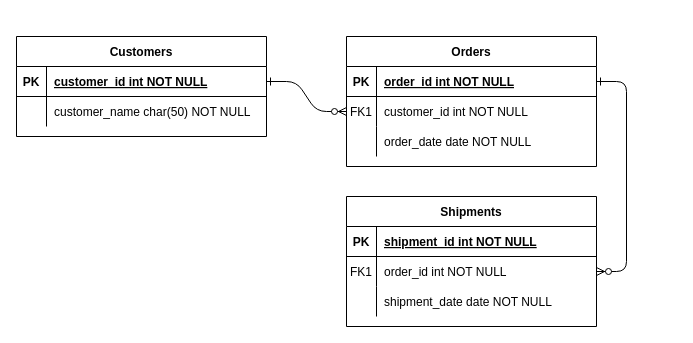
Above: Untitled Diagram.drawio in nurezzajeslin/Week2ClassDiagram (draw.io), before the change. Source tidied: cells renumbered, new cells numbered last; positions are measured from the earlier drawing's top-left corner, leaving out a move shared by most shapes. Both pictures are drawn from the tidied source at 100%, with x=0, y=0 at pixel (16, 36).
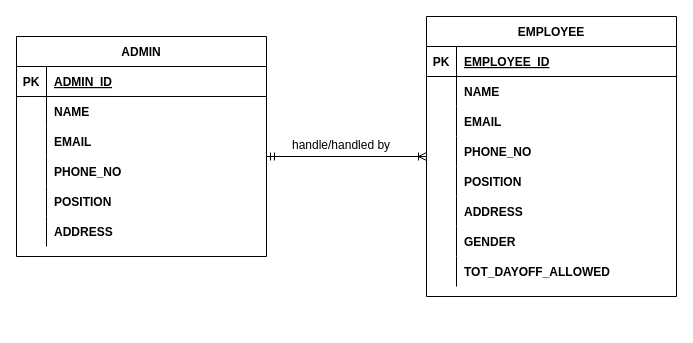
Above is the later version.

Commit message:
halalhub_employee

Unchanged cells that the change refers to:
```xml
<mxCell id="5" style="shape=partialRectangle;fillColor=none;points=[[0,0.5],[1,0.5]];portConstraint=eastwest;top=0;left=0;right=0;bottom=1;" parent="4" vertex="1">
  <mxGeometry y="30" width="250" height="30" as="geometry" />
</mxCell>
<mxCell id="8" style="shape=partialRectangle;fillColor=none;points=[[0,0.5],[1,0.5]];portConstraint=eastwest;top=0;left=0;right=0;bottom=0;" parent="4" vertex="1">
  <mxGeometry y="60" width="250" height="30" as="geometry" />
</mxCell>
<mxCell id="11" style="shape=partialRectangle;fillColor=none;top=0;left=0;right=0;bottom=0;" parent="4" vertex="1">
  <mxGeometry y="90" width="250" height="30" as="geometry" />
</mxCell>
<mxCell id="25" style="shape=partialRectangle;fillColor=none;points=[[0,0.5],[1,0.5]];portConstraint=eastwest;top=0;left=0;right=0;bottom=1;" parent="24" vertex="1">
  <mxGeometry y="30" width="250" height="30" as="geometry" />
</mxCell>
```

Change to the diagram source:
```diff
@@
-    <mxCell id="2" style="edgeStyle=entityRelationEdgeStyle;endArrow=ERzeroToMany;startArrow=ERone;endFill=1;startFill=0;" parent="1" edge="1" source="25" target="8">
-      <mxGeometry relative="1" as="geometry" />
-    </mxCell>
-    <mxCell id="3" style="edgeStyle=entityRelationEdgeStyle;endArrow=ERzeroToMany;startArrow=ERone;endFill=1;startFill=0;" parent="1" edge="1" source="5" target="18">
-      <mxGeometry relative="1" as="geometry" />
-    </mxCell>
-    <mxCell id="4" value="Orders" style="shape=table;startSize=30;childLayout=tableLayout;rowLines=0;fontStyle=1;align=center;" parent="1" vertex="1">
-      <mxGeometry x="330" width="250" height="130" as="geometry" />
+    <mxCell id="4" value="EMPLOYEE" style="shape=table;startSize=30;childLayout=tableLayout;rowLines=0;fontStyle=1;align=center;" parent="1" vertex="1">
+      <mxGeometry x="410" y="-20" width="250" height="280" as="geometry" />
     </mxCell>
@@
-    <mxCell id="7" value="order_id int NOT NULL " style="shape=partialRectangle;overflow=hidden;fillColor=none;top=0;left=0;bottom=0;right=0;align=left;spacingLeft=6;fontStyle=5;" parent="5" vertex="1">
+    <mxCell id="7" value="EMPLOYEE_ID" style="shape=partialRectangle;overflow=hidden;fillColor=none;top=0;left=0;bottom=0;right=0;align=left;spacingLeft=6;fontStyle=5;" parent="5" vertex="1">
       <mxGeometry x="30" width="220" height="30" as="geometry" />
     </mxCell>
@@
-    <mxCell id="9" value="FK1" style="shape=partialRectangle;overflow=hidden;fillColor=none;top=0;left=0;bottom=0;right=0;" parent="8" vertex="1">
+    <mxCell id="9" style="shape=partialRectangle;overflow=hidden;fillColor=none;top=0;left=0;bottom=0;right=0;" parent="8" vertex="1">
       <mxGeometry width="30" height="30" as="geometry" />
     </mxCell>
-    <mxCell id="10" value="customer_id int NOT NULL" style="shape=partialRectangle;overflow=hidden;fillColor=none;top=0;left=0;bottom=0;right=0;align=left;spacingLeft=6;" parent="8" vertex="1">
+    <mxCell id="10" value="NAME" style="shape=partialRectangle;overflow=hidden;fillColor=none;top=0;left=0;bottom=0;right=0;align=left;spacingLeft=6;fontStyle=1;" parent="8" vertex="1">
       <mxGeometry x="30" width="220" height="30" as="geometry" />
     </mxCell>
@@
-    <mxCell id="13" value="order_date date NOT NULL" style="shape=partialRectangle;overflow=hidden;fillColor=none;top=0;left=0;bottom=0;right=0;align=left;spacingLeft=6;" parent="11" vertex="1">
+    <mxCell id="13" value="EMAIL" style="shape=partialRectangle;overflow=hidden;fillColor=none;top=0;left=0;bottom=0;right=0;align=left;spacingLeft=6;fontStyle=1;" parent="11" vertex="1">
       <mxGeometry x="30" width="220" height="30" as="geometry" />
     </mxCell>
-    <mxCell id="14" value="Shipments" style="shape=table;startSize=30;childLayout=tableLayout;rowLines=0;fontStyle=1;align=center;" parent="1" vertex="1">
-      <mxGeometry x="330" y="160" width="250" height="130" as="geometry" />
-    </mxCell>
-    <mxCell id="15" style="shape=partialRectangle;fillColor=none;top=0;left=0;right=0;bottom=1;" parent="14" vertex="1">
-      <mxGeometry y="30" width="250" height="30" as="geometry" />
-    </mxCell>
-    <mxCell id="16" value="PK" style="shape=partialRectangle;overflow=hidden;fillColor=none;top=0;left=0;bottom=0;right=0;fontStyle=1;" parent="15" vertex="1">
-      <mxGeometry width="30" height="30" as="geometry" />
-    </mxCell>
-    <mxCell id="17" value="shipment_id int NOT NULL " style="shape=partialRectangle;overflow=hidden;fillColor=none;top=0;left=0;bottom=0;right=0;align=left;spacingLeft=6;fontStyle=5;" parent="15" vertex="1">
-      <mxGeometry x="30" width="220" height="30" as="geometry" />
-    </mxCell>
-    <mxCell id="18" style="shape=partialRectangle;fillColor=none;points=[[0,0.5],[1,0.5]];portConstraint=eastwest;top=0;left=0;right=0;bottom=0;" parent="14" vertex="1">
-      <mxGeometry y="60" width="250" height="30" as="geometry" />
-    </mxCell>
-    <mxCell id="19" value="FK1" style="shape=partialRectangle;overflow=hidden;fillColor=none;top=0;left=0;bottom=0;right=0;" parent="18" vertex="1">
-      <mxGeometry width="30" height="30" as="geometry" />
-    </mxCell>
-    <mxCell id="20" value="order_id int NOT NULL" style="shape=partialRectangle;overflow=hidden;fillColor=none;top=0;left=0;bottom=0;right=0;align=left;spacingLeft=6;" parent="18" vertex="1">
-      <mxGeometry x="30" width="220" height="30" as="geometry" />
-    </mxCell>
-    <mxCell id="21" style="shape=partialRectangle;fillColor=none;top=0;left=0;right=0;bottom=0;" parent="14" vertex="1">
-      <mxGeometry y="90" width="250" height="30" as="geometry" />
-    </mxCell>
-    <mxCell id="22" style="shape=partialRectangle;overflow=hidden;fillColor=none;top=0;left=0;bottom=0;right=0;" parent="21" vertex="1">
-      <mxGeometry width="30" height="30" as="geometry" />
-    </mxCell>
-    <mxCell id="23" value="shipment_date date NOT NULL" style="shape=partialRectangle;overflow=hidden;fillColor=none;top=0;left=0;bottom=0;right=0;align=left;spacingLeft=6;" parent="21" vertex="1">
-      <mxGeometry x="30" width="220" height="30" as="geometry" />
-    </mxCell>
+    <mxCell id="31" style="shape=partialRectangle;fillColor=none;top=0;left=0;bottom=0;right=0;" parent="4" vertex="1">
+      <mxGeometry y="120" width="250" height="30" as="geometry" />
+    </mxCell>
+    <mxCell id="32" style="shape=partialRectangle;fillColor=none;top=0;left=0;bottom=0;right=0;overflow=hidden;" parent="31" vertex="1">
+      <mxGeometry width="30" height="30" as="geometry" />
+    </mxCell>
+    <mxCell id="33" value="PHONE_NO" style="shape=partialRectangle;fillColor=none;top=0;left=0;bottom=0;right=0;align=left;spacingLeft=6;overflow=hidden;fontStyle=1;" parent="31" vertex="1">
+      <mxGeometry x="30" width="220" height="30" as="geometry" />
+    </mxCell>
+    <mxCell id="34" style="shape=partialRectangle;fillColor=none;top=0;left=0;bottom=0;right=0;" parent="4" vertex="1">
+      <mxGeometry y="150" width="250" height="30" as="geometry" />
+    </mxCell>
+    <mxCell id="35" style="shape=partialRectangle;fillColor=none;top=0;left=0;bottom=0;right=0;overflow=hidden;" parent="34" vertex="1">
+      <mxGeometry width="30" height="30" as="geometry" />
+    </mxCell>
+    <mxCell id="36" value="POSITION" style="shape=partialRectangle;fillColor=none;top=0;left=0;bottom=0;right=0;align=left;spacingLeft=6;overflow=hidden;fontStyle=1;" parent="34" vertex="1">
+      <mxGeometry x="30" width="220" height="30" as="geometry" />
+    </mxCell>
+    <mxCell id="37" style="shape=partialRectangle;fillColor=none;top=0;left=0;bottom=0;right=0;" parent="4" vertex="1">
+      <mxGeometry y="180" width="250" height="30" as="geometry" />
+    </mxCell>
+    <mxCell id="38" style="shape=partialRectangle;fillColor=none;top=0;left=0;bottom=0;right=0;overflow=hidden;" parent="37" vertex="1">
+      <mxGeometry width="30" height="30" as="geometry" />
+    </mxCell>
+    <mxCell id="39" value="ADDRESS" style="shape=partialRectangle;fillColor=none;top=0;left=0;bottom=0;right=0;align=left;spacingLeft=6;overflow=hidden;fontStyle=1;" parent="37" vertex="1">
+      <mxGeometry x="30" width="220" height="30" as="geometry" />
+    </mxCell>
+    <mxCell id="40" style="shape=partialRectangle;fillColor=none;top=0;left=0;bottom=0;right=0;" parent="4" vertex="1">
+      <mxGeometry y="210" width="250" height="30" as="geometry" />
+    </mxCell>
+    <mxCell id="41" style="shape=partialRectangle;fillColor=none;top=0;left=0;bottom=0;right=0;overflow=hidden;" parent="40" vertex="1">
+      <mxGeometry width="30" height="30" as="geometry" />
+    </mxCell>
+    <mxCell id="42" value="GENDER" style="shape=partialRectangle;fillColor=none;top=0;left=0;bottom=0;right=0;align=left;spacingLeft=6;overflow=hidden;fontStyle=1;" parent="40" vertex="1">
+      <mxGeometry x="30" width="220" height="30" as="geometry" />
+    </mxCell>
+    <mxCell id="43" style="shape=partialRectangle;fillColor=none;top=0;left=0;bottom=0;right=0;" parent="4" vertex="1">
+      <mxGeometry y="240" width="250" height="30" as="geometry" />
+    </mxCell>
+    <mxCell id="44" style="shape=partialRectangle;fillColor=none;top=0;left=0;bottom=0;right=0;overflow=hidden;" parent="43" vertex="1">
+      <mxGeometry width="30" height="30" as="geometry" />
+    </mxCell>
+    <mxCell id="45" value="TOT_DAYOFF_ALLOWED" style="shape=partialRectangle;fillColor=none;top=0;left=0;bottom=0;right=0;align=left;spacingLeft=6;overflow=hidden;fontStyle=1;" parent="43" vertex="1">
+      <mxGeometry x="30" width="220" height="30" as="geometry" />
+    </mxCell>
-    <mxCell id="24" value="Customers" style="shape=table;startSize=30;childLayout=tableLayout;rowLines=0;fontStyle=1;align=center;" parent="1" vertex="1">
-      <mxGeometry width="250" height="100" as="geometry" />
+    <mxCell id="24" value="ADMIN" style="shape=table;startSize=30;childLayout=tableLayout;rowLines=0;fontStyle=1;align=center;" parent="1" vertex="1">
+      <mxGeometry width="250" height="220" as="geometry" />
     </mxCell>
@@
-    <mxCell id="27" value="customer_id int NOT NULL " style="shape=partialRectangle;overflow=hidden;fillColor=none;top=0;left=0;bottom=0;right=0;align=left;spacingLeft=6;fontStyle=5;" parent="25" vertex="1">
+    <mxCell id="27" value="ADMIN_ID" style="shape=partialRectangle;overflow=hidden;fillColor=none;top=0;left=0;bottom=0;right=0;align=left;spacingLeft=6;fontStyle=5;" parent="25" vertex="1">
       <mxGeometry x="30" width="220" height="30" as="geometry" />
     </mxCell>
+    <mxCell id="46" style="shape=partialRectangle;fillColor=none;top=0;left=0;bottom=0;right=0;" parent="24" vertex="1">
+      <mxGeometry y="60" width="250" height="30" as="geometry" />
+    </mxCell>
+    <mxCell id="47" style="shape=partialRectangle;fillColor=none;top=0;left=0;bottom=0;right=0;overflow=hidden;" parent="46" vertex="1">
+      <mxGeometry width="30" height="30" as="geometry" />
+    </mxCell>
+    <mxCell id="48" value="NAME" style="shape=partialRectangle;fillColor=none;top=0;left=0;bottom=0;right=0;align=left;spacingLeft=6;overflow=hidden;fontStyle=1;" parent="46" vertex="1">
+      <mxGeometry x="30" width="220" height="30" as="geometry" />
+    </mxCell>
     <mxCell id="28" style="shape=partialRectangle;fillColor=none;top=0;left=0;right=0;bottom=0;" parent="24" vertex="1">
-      <mxGeometry y="60" width="250" height="30" as="geometry" />
+      <mxGeometry y="90" width="250" height="30" as="geometry" />
     </mxCell>
@@
-    <mxCell id="30" value="customer_name char(50) NOT NULL" style="shape=partialRectangle;overflow=hidden;fillColor=none;top=0;left=0;bottom=0;right=0;align=left;spacingLeft=6;" parent="28" vertex="1">
+    <mxCell id="30" value="EMAIL" style="shape=partialRectangle;overflow=hidden;fillColor=none;top=0;left=0;bottom=0;right=0;align=left;spacingLeft=6;fontStyle=1;" parent="28" vertex="1">
       <mxGeometry x="30" width="220" height="30" as="geometry" />
     </mxCell>
+    <mxCell id="49" style="shape=partialRectangle;fillColor=none;top=0;left=0;bottom=0;right=0;" parent="24" vertex="1">
+      <mxGeometry y="120" width="250" height="30" as="geometry" />
+    </mxCell>
+    <mxCell id="50" style="shape=partialRectangle;fillColor=none;top=0;left=0;bottom=0;right=0;overflow=hidden;" parent="49" vertex="1">
+      <mxGeometry width="30" height="30" as="geometry" />
+    </mxCell>
+    <mxCell id="51" value="PHONE_NO" style="shape=partialRectangle;fillColor=none;top=0;left=0;bottom=0;right=0;align=left;spacingLeft=6;overflow=hidden;fontStyle=1;" parent="49" vertex="1">
+      <mxGeometry x="30" width="220" height="30" as="geometry" />
+    </mxCell>
+    <mxCell id="52" style="shape=partialRectangle;fillColor=none;top=0;left=0;bottom=0;right=0;" parent="24" vertex="1">
+      <mxGeometry y="150" width="250" height="30" as="geometry" />
+    </mxCell>
+    <mxCell id="53" style="shape=partialRectangle;fillColor=none;top=0;left=0;bottom=0;right=0;overflow=hidden;" parent="52" vertex="1">
+      <mxGeometry width="30" height="30" as="geometry" />
+    </mxCell>
+    <mxCell id="54" value="POSITION" style="shape=partialRectangle;fillColor=none;top=0;left=0;bottom=0;right=0;align=left;spacingLeft=6;overflow=hidden;fontStyle=1;" parent="52" vertex="1">
+      <mxGeometry x="30" width="220" height="30" as="geometry" />
+    </mxCell>
+    <mxCell id="55" style="shape=partialRectangle;fillColor=none;top=0;left=0;bottom=0;right=0;" parent="24" vertex="1">
+      <mxGeometry y="180" width="250" height="30" as="geometry" />
+    </mxCell>
+    <mxCell id="56" style="shape=partialRectangle;fillColor=none;top=0;left=0;bottom=0;right=0;overflow=hidden;" parent="55" vertex="1">
+      <mxGeometry width="30" height="30" as="geometry" />
+    </mxCell>
+    <mxCell id="57" value="ADDRESS" style="shape=partialRectangle;fillColor=none;top=0;left=0;bottom=0;right=0;align=left;spacingLeft=6;overflow=hidden;fontStyle=1;" parent="55" vertex="1">
+      <mxGeometry x="30" width="220" height="30" as="geometry" />
+    </mxCell>
+    <mxCell id="58" style="endArrow=ERoneToMany;html=1;rounded=0;startArrow=ERmandOne;startFill=0;endFill=0;" parent="1" edge="1">
+      <mxGeometry relative="1" as="geometry">
+        <mxPoint x="250" y="120" as="sourcePoint" />
+        <mxPoint x="410" y="120" as="targetPoint" />
+      </mxGeometry>
+    </mxCell>
+    <mxCell id="59" value="handle/handled by" style="text;strokeColor=none;fillColor=none;spacingLeft=4;spacingRight=4;overflow=hidden;fontSize=12;" parent="1" vertex="1">
+      <mxGeometry x="270" y="95" width="110" height="30" as="geometry" />
+    </mxCell>
```
